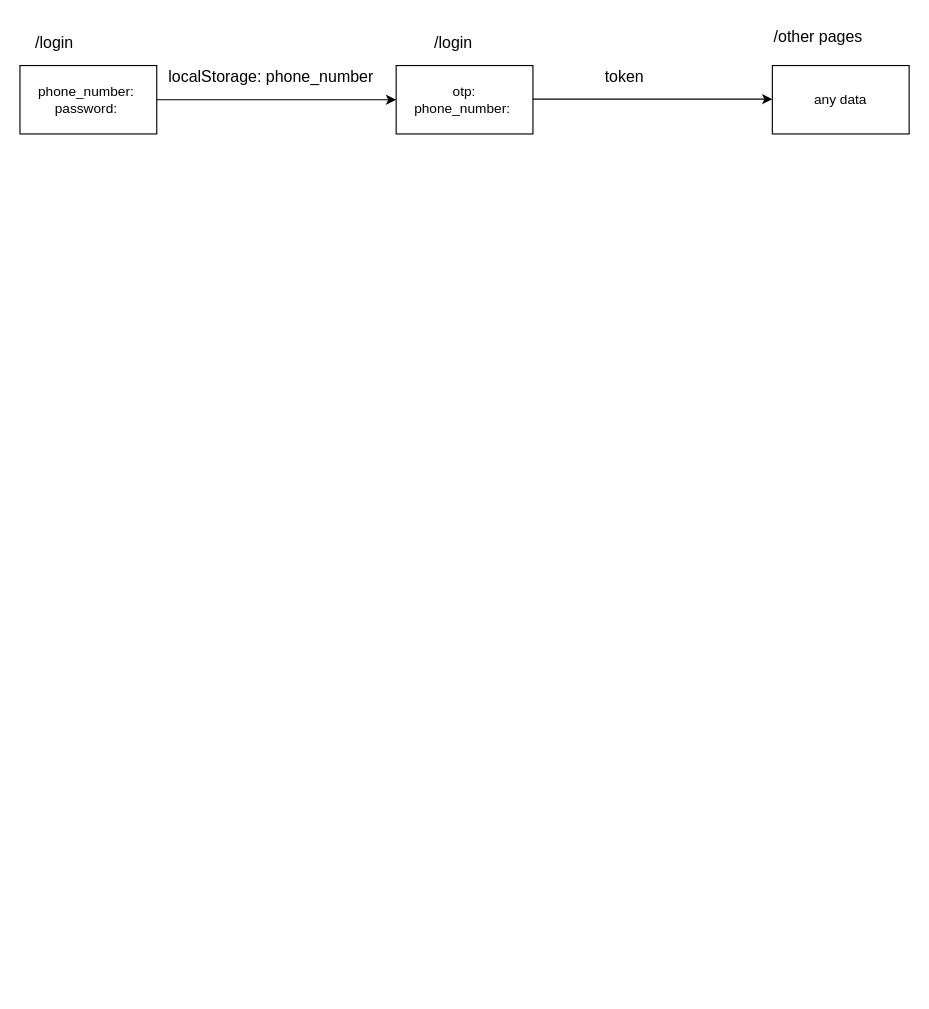
The draw.io diagram employee-login.drawio in MontaserHassan/Auth-DS-Mongo, before the edit. Source tidied: cells renumbered, new cells numbered last; positions are measured from the earlier drawing's top-left corner, leaving out a move shared by most shapes. Both pictures are drawn from the tidied source at 114%, with x=0, y=0 at pixel (19, 19).
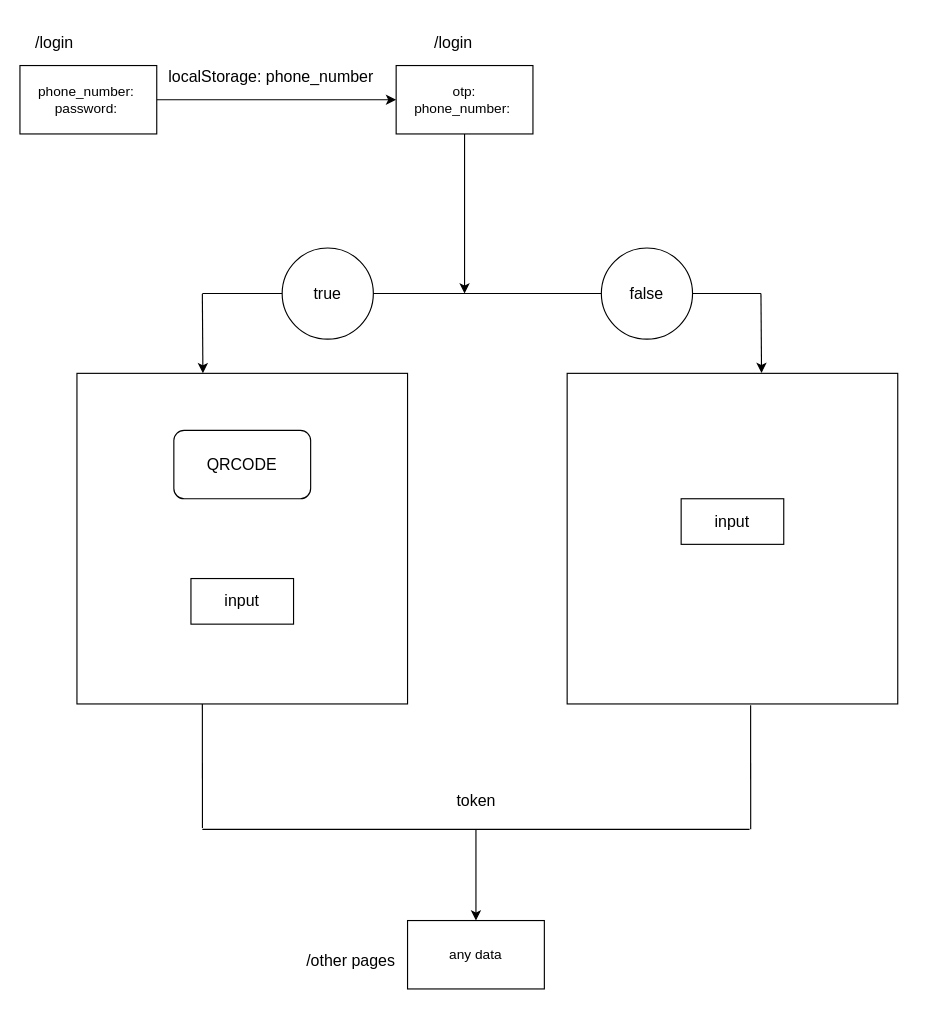
After the change.

Commit message:
modify draw for employee-login-flow

The change refers to these unchanged cells:
```xml
<mxCell id="4" value="otp:&lt;br&gt;phone_number:&amp;nbsp;" style="rounded=0;whiteSpace=wrap;html=1;" parent="1" vertex="1">
  <mxGeometry x="330" y="40" width="120" height="60" as="geometry" />
</mxCell>
```

The edit, as a diff of the source:
```diff
@@
+    <mxCell id="12" style="edgeStyle=none;html=1;fontSize=14;" parent="1" edge="1" source="4">
+      <mxGeometry relative="1" as="geometry">
+        <mxPoint x="390" y="240" as="targetPoint" />
+      </mxGeometry>
+    </mxCell>
@@
-    <mxCell id="5" value="any data" style="rounded=0;whiteSpace=wrap;html=1;" parent="1" vertex="1">
-      <mxGeometry x="660" y="40" width="120" height="60" as="geometry" />
-    </mxCell>
-    <mxCell id="6" style="edgeStyle=none;html=1;entryX=0;entryY=0.5;entryDx=0;entryDy=0;" parent="1" edge="1">
-      <mxGeometry relative="1" as="geometry">
-        <mxPoint x="450" y="69.5" as="sourcePoint" />
-        <mxPoint x="660" y="69.5" as="targetPoint" />
-      </mxGeometry>
-    </mxCell>
@@
+    <mxCell id="13" style="whiteSpace=wrap;html=1;fontSize=14;" parent="1" vertex="1">
+      <mxGeometry x="50" y="310" width="290" height="290" as="geometry" />
+    </mxCell>
+    <mxCell id="14" value="QRCODE" style="rounded=1;whiteSpace=wrap;html=1;fontSize=14;" parent="1" vertex="1">
+      <mxGeometry x="135" y="360" width="120" height="60" as="geometry" />
+    </mxCell>
+    <mxCell id="15" style="whiteSpace=wrap;html=1;fontSize=14;" parent="1" vertex="1">
+      <mxGeometry x="480" y="310" width="290" height="290" as="geometry" />
+    </mxCell>
+    <mxCell id="16" style="endArrow=none;html=1;fontSize=14;startArrow=none;" parent="1" edge="1" source="18">
+      <mxGeometry relative="1" as="geometry">
+        <mxPoint x="650" y="240" as="targetPoint" />
+      </mxGeometry>
+    </mxCell>
+    <mxCell id="17" style="endArrow=none;html=1;fontSize=14;" parent="1" edge="1" target="18">
+      <mxGeometry relative="1" as="geometry">
+        <mxPoint x="160" y="240" as="sourcePoint" />
+      </mxGeometry>
+    </mxCell>
+    <mxCell id="18" value="false" style="ellipse;whiteSpace=wrap;html=1;fontSize=14;" parent="1" vertex="1">
+      <mxGeometry x="510" y="200" width="80" height="80" as="geometry" />
+    </mxCell>
+    <mxCell id="19" value="true" style="ellipse;whiteSpace=wrap;html=1;fontSize=14;" parent="1" vertex="1">
+      <mxGeometry x="230" y="200" width="80" height="80" as="geometry" />
+    </mxCell>
+    <mxCell id="20" style="endArrow=classic;html=1;fontSize=14;entryX=0.588;entryY=-0.001;entryDx=0;entryDy=0;entryPerimeter=0;" parent="1" edge="1" target="15">
+      <mxGeometry relative="1" as="geometry">
+        <mxPoint x="650" y="240" as="sourcePoint" />
+      </mxGeometry>
+    </mxCell>
+    <mxCell id="21" style="endArrow=classic;html=1;fontSize=14;entryX=0.588;entryY=-0.001;entryDx=0;entryDy=0;entryPerimeter=0;" parent="1" edge="1">
+      <mxGeometry relative="1" as="geometry">
+        <mxPoint x="160" y="240.3" as="sourcePoint" />
+        <mxPoint x="160.5" y="310" as="targetPoint" />
+      </mxGeometry>
+    </mxCell>
+    <mxCell id="22" value="input" style="rounded=0;whiteSpace=wrap;html=1;fontSize=14;" parent="1" vertex="1">
+      <mxGeometry x="150" y="490" width="90" height="40" as="geometry" />
+    </mxCell>
+    <mxCell id="23" value="input" style="rounded=0;whiteSpace=wrap;html=1;fontSize=14;" parent="1" vertex="1">
+      <mxGeometry x="580" y="420" width="90" height="40" as="geometry" />
+    </mxCell>
+    <mxCell id="5" value="any data" style="rounded=0;whiteSpace=wrap;html=1;" parent="1" vertex="1">
+      <mxGeometry x="340" y="790" width="120" height="60" as="geometry" />
+    </mxCell>
     <mxCell id="10" value="token" style="text;html=1;align=center;verticalAlign=middle;strokeColor=none;fillColor=none;fontSize=14;" parent="1" vertex="1">
-      <mxGeometry x="500" y="35" width="60" height="30" as="geometry" />
+      <mxGeometry x="370" y="670" width="60" height="30" as="geometry" />
     </mxCell>
     <mxCell id="11" value="/other pages" style="text;html=1;align=center;verticalAlign=middle;strokeColor=none;fillColor=none;fontSize=14;" parent="1" vertex="1">
-      <mxGeometry x="650" width="100" height="30" as="geometry" />
+      <mxGeometry x="240" y="810" width="100" height="30" as="geometry" />
     </mxCell>
+    <mxCell id="24" style="endArrow=none;html=1;fontSize=14;" parent="1" edge="1">
+      <mxGeometry relative="1" as="geometry">
+        <mxPoint x="160" y="710" as="sourcePoint" />
+        <mxPoint x="640" y="710" as="targetPoint" />
+      </mxGeometry>
+    </mxCell>
+    <mxCell id="25" style="endArrow=none;html=1;fontSize=14;entryX=0.555;entryY=1.004;entryDx=0;entryDy=0;entryPerimeter=0;" parent="1" edge="1" target="15">
+      <mxGeometry relative="1" as="geometry">
+        <mxPoint x="641" y="710" as="sourcePoint" />
+      </mxGeometry>
+    </mxCell>
+    <mxCell id="26" style="endArrow=none;html=1;fontSize=14;entryX=0.555;entryY=1.004;entryDx=0;entryDy=0;entryPerimeter=0;" parent="1" edge="1">
+      <mxGeometry relative="1" as="geometry">
+        <mxPoint x="160.1" y="708.8" as="sourcePoint" />
+        <mxPoint x="160" y="600" as="targetPoint" />
+      </mxGeometry>
+    </mxCell>
+    <mxCell id="27" style="endArrow=classic;html=1;fontSize=14;entryX=0.5;entryY=0;entryDx=0;entryDy=0;" parent="1" edge="1" target="5">
+      <mxGeometry relative="1" as="geometry">
+        <mxPoint x="400" y="710" as="sourcePoint" />
+      </mxGeometry>
+    </mxCell>
```
